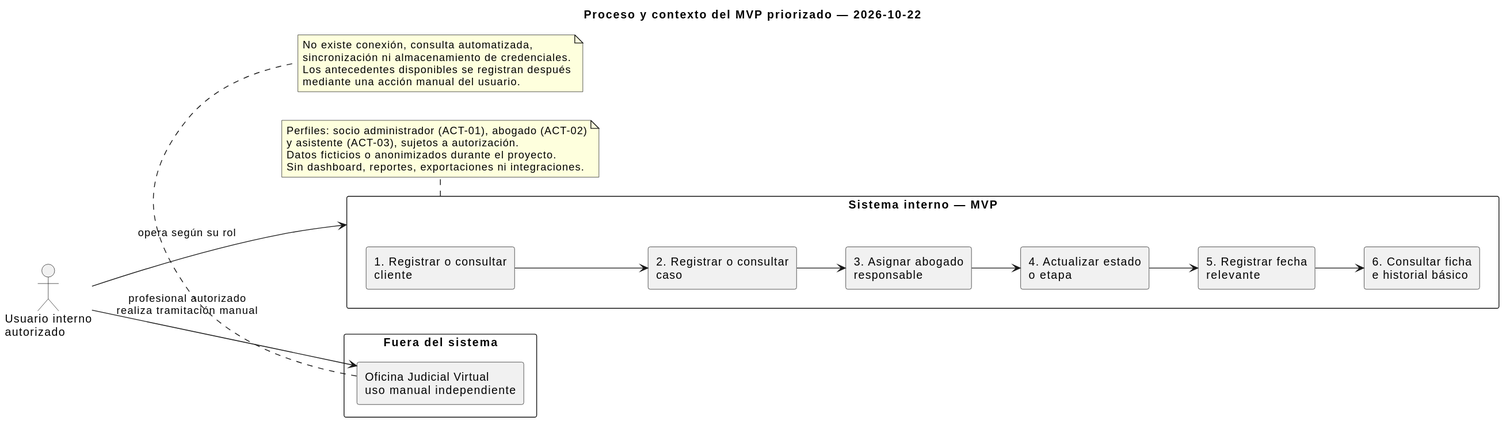
The PlantUML diagram docs/diagrams/rendered/mvp-process-context.svg in DerSarco/sistema-gestion-casos-juridicos, before a commit. Its diagram source:
```plantuml
@startuml
skinparam backgroundColor white
skinparam shadowing false
skinparam packageStyle rectangle
left to right direction
title Proceso y contexto del MVP priorizado — 2026-10-22

actor "Usuario interno\nautorizado" as User

rectangle "Sistema interno — MVP" as System {
  rectangle "1. Registrar o consultar\ncliente" as Client
  rectangle "2. Registrar o consultar\ncaso" as Case
  rectangle "3. Asignar abogado\nresponsable" as Assign
  rectangle "4. Actualizar estado\no etapa" as State
  rectangle "5. Registrar fecha\nrelevante" as Date
  rectangle "6. Consultar ficha\ne historial básico" as History
  Client --> Case
  Case --> Assign
  Assign --> State
  State --> Date
  Date --> History
}

User --> System : opera según su rol

rectangle "Fuera del sistema" as External {
  rectangle "Oficina Judicial Virtual\nuso manual independiente" as OJV
}
User --> OJV : profesional autorizado\nrealiza tramitación manual

note bottom of System
  Perfiles: socio administrador (ACT-01), abogado (ACT-02)
  y asistente (ACT-03), sujetos a autorización.
  Datos ficticios o anonimizados durante el proyecto.
  Sin dashboard, reportes, exportaciones ni integraciones.
end note
note bottom of OJV
  No existe conexión, consulta automatizada,
  sincronización ni almacenamiento de credenciales.
  Los antecedentes disponibles se registran después
  mediante una acción manual del usuario.
end note
@enduml
```
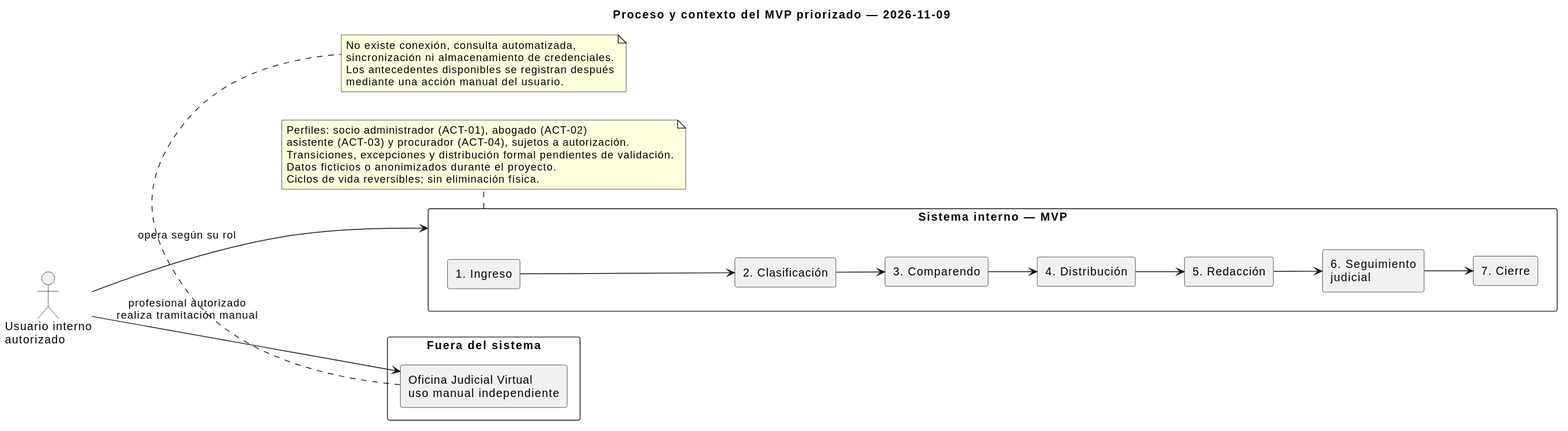
Later version of the same file.

Change to the diagram source:
```diff
@@ -3,22 +3,24 @@
 skinparam shadowing false
 skinparam packageStyle rectangle
 left to right direction
-title Proceso y contexto del MVP priorizado — 2026-10-22
+title Proceso y contexto del MVP priorizado — 2026-11-09
 
 actor "Usuario interno\nautorizado" as User
 
 rectangle "Sistema interno — MVP" as System {
-  rectangle "1. Registrar o consultar\ncliente" as Client
-  rectangle "2. Registrar o consultar\ncaso" as Case
-  rectangle "3. Asignar abogado\nresponsable" as Assign
-  rectangle "4. Actualizar estado\no etapa" as State
-  rectangle "5. Registrar fecha\nrelevante" as Date
-  rectangle "6. Consultar ficha\ne historial básico" as History
-  Client --> Case
-  Case --> Assign
-  Assign --> State
-  State --> Date
-  Date --> History
+  rectangle "1. Ingreso" as Intake
+  rectangle "2. Clasificación" as Classify
+  rectangle "3. Comparendo" as Hearing
+  rectangle "4. Distribución" as Distribute
+  rectangle "5. Redacción" as Draft
+  rectangle "6. Seguimiento\njudicial" as Track
+  rectangle "7. Cierre" as Close
+  Intake --> Classify
+  Classify --> Hearing
+  Hearing --> Distribute
+  Distribute --> Draft
+  Draft --> Track
+  Track --> Close
 }
 
 User --> System : opera según su rol
@@ -30,9 +32,10 @@
 
 note bottom of System
   Perfiles: socio administrador (ACT-01), abogado (ACT-02)
-  y asistente (ACT-03), sujetos a autorización.
+  asistente (ACT-03) y procurador (ACT-04), sujetos a autorización.
+  Transiciones, excepciones y distribución formal pendientes de validación.
   Datos ficticios o anonimizados durante el proyecto.
-  Sin dashboard, reportes, exportaciones ni integraciones.
+  Ciclos de vida reversibles; sin eliminación física.
 end note
 note bottom of OJV
   No existe conexión, consulta automatizada,
```
